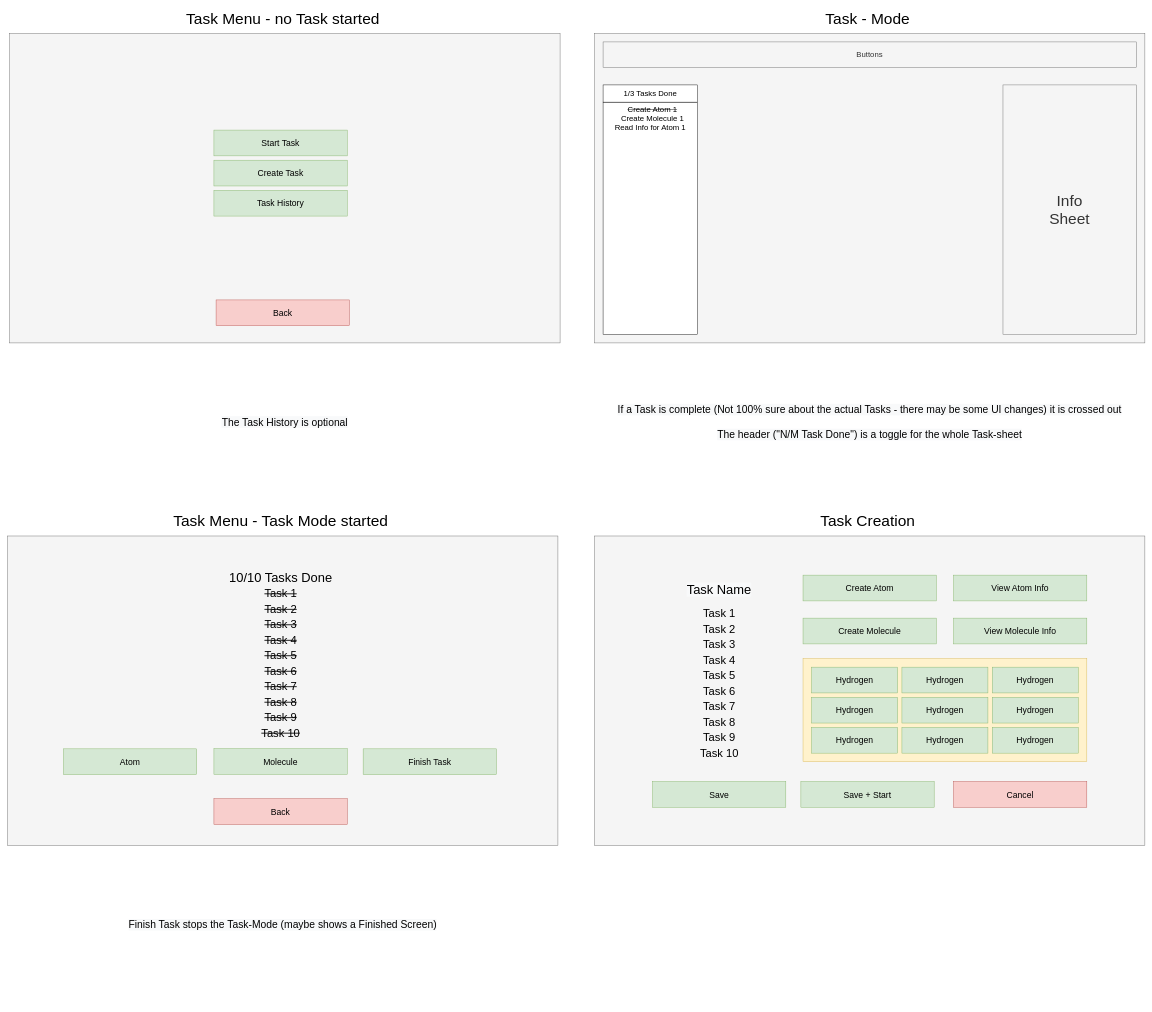
The draw.io diagram page "Task-Mode" (4 of 4) of Planning/UX.drawio in KH241/Krypton, before the edit. Source tidied: cells renumbered, new cells numbered last; positions are measured from the earlier drawing's top-left corner, leaving out a move shared by most shapes. Both pictures are drawn from the tidied source at 43%, with x=0, y=0 at pixel (7, 7).
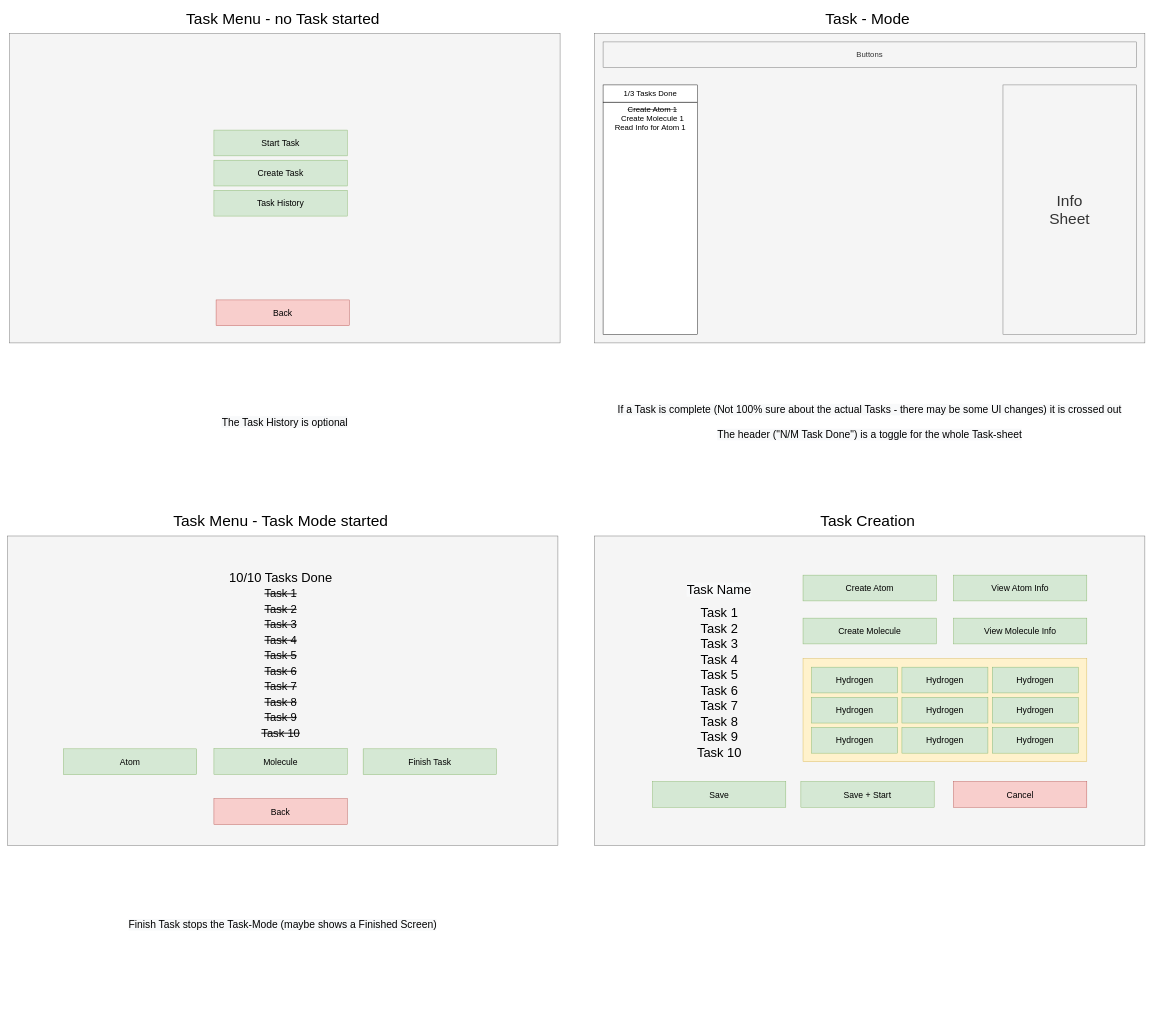
The same diagram, later.

Commit message (it also covers changes not shown here):
Task Create UI is now complete (only need functionality now)

The edit, as a diff of the source:
```diff
@@
-    <mxCell id="30" value="&lt;font style=&quot;font-size: 26px&quot;&gt;&lt;font style=&quot;font-size: 26px&quot;&gt;Task 1&lt;br&gt;&lt;/font&gt;Task 2&lt;br&gt;Task 3&lt;br&gt;Task 4&lt;br&gt;Task 5&lt;br&gt;Task 6&lt;br&gt;Task 7&lt;br&gt;Task 8&lt;br&gt;Task 9&lt;br&gt;Task 10&lt;/font&gt;" style="text;html=1;align=center;verticalAlign=middle;strokeColor=none;fontSize=30;" parent="1" vertex="1">
+    <mxCell id="30" value="Task 1&lt;br&gt;Task 2&lt;br&gt;Task 3&lt;br&gt;Task 4&lt;br&gt;Task 5&lt;br&gt;Task 6&lt;br&gt;Task 7&lt;br&gt;Task 8&lt;br&gt;Task 9&lt;br&gt;Task 10" style="text;align=center;verticalAlign=middle;strokeColor=none;fontSize=30;html=1;" parent="1" vertex="1">
       <mxGeometry x="1600" y="1380" width="110" height="380" as="geometry" />
     </mxCell>
```
